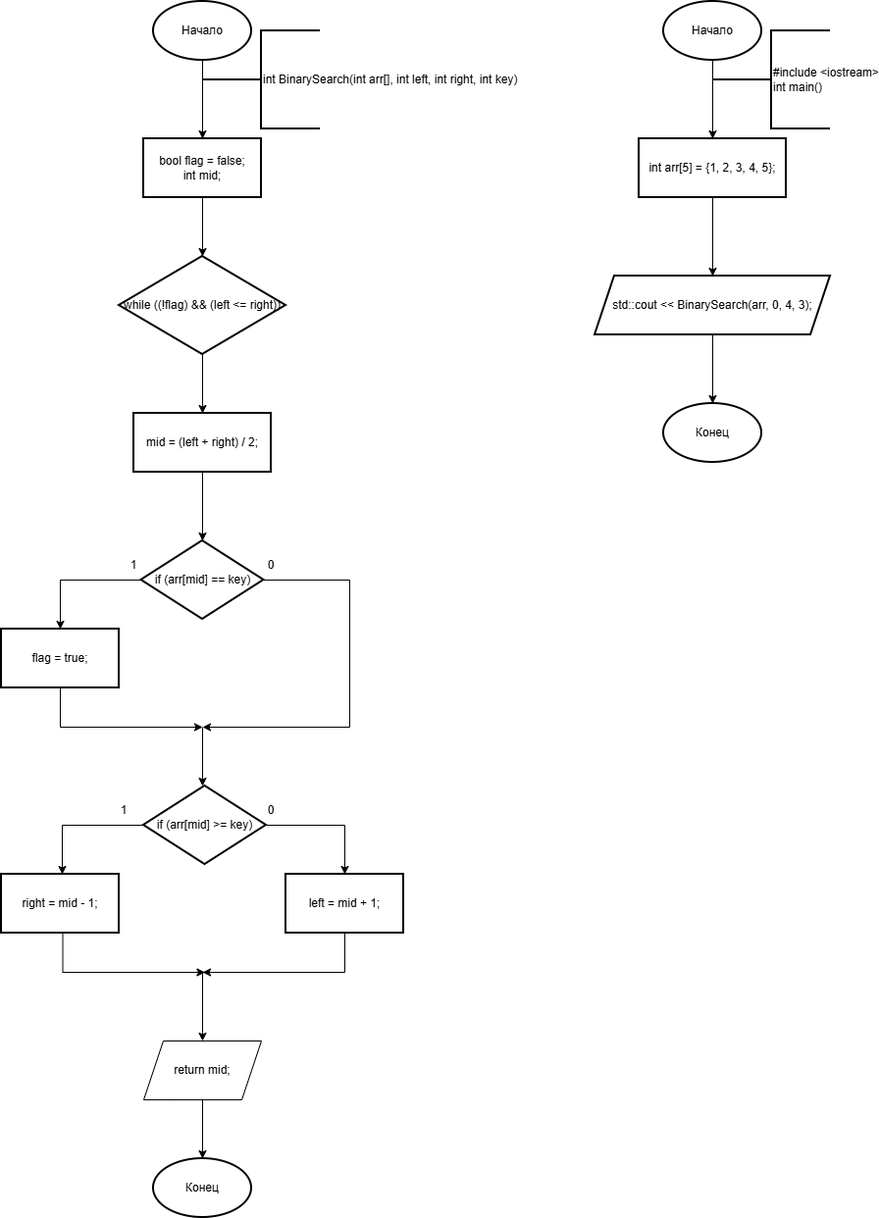
as1mm/Labs_PSTU keeps this draw.io diagram as Sem_2/search/binary_search.png. Above is the earlier version. Source tidied: cells renumbered, new cells last; positions are measured from the earlier drawing's top-left corner, leaving out a move shared by most shapes. Its diagram source:
```xml
<mxGraphModel background="#ffffff">
  <root>
    <mxCell id="0" />
    <mxCell id="1" parent="0" />
    <mxCell id="2" style="edgeStyle=orthogonalEdgeStyle;rounded=0;jettySize=auto;html=1;" parent="1" edge="1" source="3" target="5">
      <mxGeometry relative="1" as="geometry" />
    </mxCell>
    <mxCell id="3" value="Начало" style="strokeWidth=2;html=1;shape=mxgraph.flowchart.start_1;whiteSpace=wrap;" parent="1" vertex="1">
      <mxGeometry x="155" width="100" height="60" as="geometry" />
    </mxCell>
    <mxCell id="4" style="edgeStyle=orthogonalEdgeStyle;rounded=0;jettySize=auto;html=1;" parent="1" edge="1" source="5" target="7">
      <mxGeometry relative="1" as="geometry" />
    </mxCell>
    <mxCell id="5" value="&lt;div&gt;bool flag = false;&lt;/div&gt;&lt;div&gt;int mid;&lt;/div&gt;" style="whiteSpace=wrap;html=1;strokeWidth=2;" parent="1" vertex="1">
      <mxGeometry x="145" y="140" width="120" height="60" as="geometry" />
    </mxCell>
    <mxCell id="6" style="edgeStyle=orthogonalEdgeStyle;rounded=0;jettySize=auto;html=1;" parent="1" edge="1" source="7" target="9">
      <mxGeometry relative="1" as="geometry" />
    </mxCell>
    <mxCell id="7" value="while ((!flag) &amp;amp;&amp;amp; (left &amp;lt;= right))" style="rhombus;whiteSpace=wrap;html=1;strokeWidth=2;" parent="1" vertex="1">
      <mxGeometry x="120" y="260" width="170" height="100" as="geometry" />
    </mxCell>
    <mxCell id="8" style="edgeStyle=orthogonalEdgeStyle;rounded=0;jettySize=auto;html=1;" parent="1" edge="1" source="9" target="12">
      <mxGeometry relative="1" as="geometry" />
    </mxCell>
    <mxCell id="9" value="mid = (left + right) / 2;" style="whiteSpace=wrap;html=1;strokeWidth=2;" parent="1" vertex="1">
      <mxGeometry x="135" y="420" width="140" height="60" as="geometry" />
    </mxCell>
    <mxCell id="10" style="edgeStyle=orthogonalEdgeStyle;rounded=0;jettySize=auto;html=1;" parent="1" edge="1" source="12" target="14">
      <mxGeometry relative="1" as="geometry" />
    </mxCell>
    <mxCell id="11" style="edgeStyle=orthogonalEdgeStyle;rounded=0;jettySize=auto;html=1;exitX=1;exitY=0.5;exitDx=0;exitDy=0;" parent="1" edge="1" source="12">
      <mxGeometry relative="1" as="geometry">
        <mxPoint x="205" y="740" as="targetPoint" />
        <Array as="points">
          <mxPoint x="355" y="590" />
          <mxPoint x="355" y="740" />
        </Array>
      </mxGeometry>
    </mxCell>
    <mxCell id="12" value="if (arr[mid] == key)" style="rhombus;whiteSpace=wrap;html=1;strokeWidth=2;" parent="1" vertex="1">
      <mxGeometry x="142.5" y="550" width="125" height="80" as="geometry" />
    </mxCell>
    <mxCell id="13" style="edgeStyle=orthogonalEdgeStyle;rounded=0;jettySize=auto;html=1;exitX=0.5;exitY=1;exitDx=0;exitDy=0;" parent="1" edge="1" source="14">
      <mxGeometry relative="1" as="geometry">
        <mxPoint x="205" y="740" as="targetPoint" />
        <Array as="points">
          <mxPoint x="60" y="740" />
        </Array>
      </mxGeometry>
    </mxCell>
    <mxCell id="14" value="flag = true;" style="whiteSpace=wrap;html=1;strokeWidth=2;" parent="1" vertex="1">
      <mxGeometry y="640" width="120" height="60" as="geometry" />
    </mxCell>
    <mxCell id="15" value="1" style="text;html=1;whiteSpace=wrap;strokeColor=none;fillColor=none;align=center;verticalAlign=middle;rounded=0;" parent="1" vertex="1">
      <mxGeometry x="105" y="560" width="60" height="30" as="geometry" />
    </mxCell>
    <mxCell id="16" value="0" style="text;html=1;whiteSpace=wrap;strokeColor=none;fillColor=none;align=center;verticalAlign=middle;rounded=0;" parent="1" vertex="1">
      <mxGeometry x="245" y="560" width="60" height="30" as="geometry" />
    </mxCell>
    <mxCell id="17" style="endArrow=classic;html=1;rounded=0;" parent="1" edge="1">
      <mxGeometry relative="1" as="geometry">
        <mxPoint x="205" y="740" as="sourcePoint" />
        <mxPoint x="205" y="800" as="targetPoint" />
      </mxGeometry>
    </mxCell>
    <mxCell id="18" style="edgeStyle=orthogonalEdgeStyle;rounded=0;jettySize=auto;html=1;" parent="1" edge="1" source="19" target="25">
      <mxGeometry relative="1" as="geometry" />
    </mxCell>
    <mxCell id="19" value="if (arr[mid] &amp;gt;= key)" style="rhombus;whiteSpace=wrap;html=1;strokeWidth=2;" parent="1" vertex="1">
      <mxGeometry x="145" y="800" width="125" height="80" as="geometry" />
    </mxCell>
    <mxCell id="20" style="edgeStyle=orthogonalEdgeStyle;rounded=0;orthogonalLoop=1;jettySize=auto;html=1;" parent="1" edge="1">
      <mxGeometry relative="1" as="geometry">
        <mxPoint x="145" y="840" as="sourcePoint" />
        <mxPoint x="62" y="890" as="targetPoint" />
      </mxGeometry>
    </mxCell>
    <mxCell id="21" value="right = mid - 1;" style="whiteSpace=wrap;html=1;strokeWidth=2;" parent="1" vertex="1">
      <mxGeometry y="890" width="120" height="60" as="geometry" />
    </mxCell>
    <mxCell id="22" value="1" style="text;html=1;whiteSpace=wrap;strokeColor=none;fillColor=none;align=center;verticalAlign=middle;rounded=0;" parent="1" vertex="1">
      <mxGeometry x="95" y="810" width="60" height="30" as="geometry" />
    </mxCell>
    <mxCell id="23" style="edgeStyle=orthogonalEdgeStyle;rounded=0;orthogonalLoop=1;jettySize=auto;html=1;exitX=0.5;exitY=1;exitDx=0;exitDy=0;" parent="1" edge="1">
      <mxGeometry relative="1" as="geometry">
        <mxPoint x="62.5" y="950" as="sourcePoint" />
        <mxPoint x="207.5" y="990" as="targetPoint" />
        <Array as="points">
          <mxPoint x="62.5" y="990" />
        </Array>
      </mxGeometry>
    </mxCell>
    <mxCell id="24" style="edgeStyle=orthogonalEdgeStyle;rounded=0;jettySize=auto;html=1;exitX=0.5;exitY=1;exitDx=0;exitDy=0;" parent="1" edge="1" source="25">
      <mxGeometry relative="1" as="geometry">
        <mxPoint x="205" y="990" as="targetPoint" />
        <Array as="points">
          <mxPoint x="350" y="990" />
        </Array>
      </mxGeometry>
    </mxCell>
    <mxCell id="25" value="left = mid + 1;" style="whiteSpace=wrap;html=1;strokeWidth=2;" parent="1" vertex="1">
      <mxGeometry x="290" y="890" width="120" height="60" as="geometry" />
    </mxCell>
    <mxCell id="26" value="0" style="text;html=1;whiteSpace=wrap;strokeColor=none;fillColor=none;align=center;verticalAlign=middle;rounded=0;" parent="1" vertex="1">
      <mxGeometry x="245" y="810" width="60" height="30" as="geometry" />
    </mxCell>
    <mxCell id="27" style="endArrow=classic;html=1;rounded=0;" parent="1" edge="1">
      <mxGeometry relative="1" as="geometry">
        <mxPoint x="205" y="990" as="sourcePoint" />
        <mxPoint x="205" y="1060" as="targetPoint" />
      </mxGeometry>
    </mxCell>
    <mxCell id="28" value="return mid;" style="shape=parallelogram;perimeter=parallelogramPerimeter;whiteSpace=wrap;html=1;fixedSize=1;" parent="1" vertex="1">
      <mxGeometry x="145" y="1060" width="120" height="60" as="geometry" />
    </mxCell>
    <mxCell id="29" value="Конец" style="strokeWidth=2;html=1;shape=mxgraph.flowchart.start_1;whiteSpace=wrap;" parent="1" vertex="1">
      <mxGeometry x="155" y="1180" width="100" height="60" as="geometry" />
    </mxCell>
    <mxCell id="30" style="edgeStyle=orthogonalEdgeStyle;rounded=0;jettySize=auto;html=1;exitX=0.5;exitY=1;exitDx=0;exitDy=0;entryX=0.5;entryY=0;entryDx=0;entryDy=0;entryPerimeter=0;" parent="1" edge="1" source="28" target="29">
      <mxGeometry relative="1" as="geometry" />
    </mxCell>
    <mxCell id="31" value="int BinarySearch(int arr[], int left, int right, int key)" style="strokeWidth=2;html=1;shape=mxgraph.flowchart.annotation_2;align=left;labelPosition=right;spacingLeft=-60;" parent="1" vertex="1">
      <mxGeometry x="205" y="30" width="120" height="100" as="geometry" />
    </mxCell>
    <mxCell id="32" style="edgeStyle=orthogonalEdgeStyle;rounded=0;jettySize=auto;html=1;" parent="1" edge="1" source="33" target="35">
      <mxGeometry relative="1" as="geometry" />
    </mxCell>
    <mxCell id="33" value="Начало" style="strokeWidth=2;html=1;shape=mxgraph.flowchart.start_1;whiteSpace=wrap;" parent="1" vertex="1">
      <mxGeometry x="675" width="100" height="60" as="geometry" />
    </mxCell>
    <mxCell id="34" style="edgeStyle=orthogonalEdgeStyle;rounded=0;jettySize=auto;html=1;" parent="1" edge="1" source="35" target="37">
      <mxGeometry relative="1" as="geometry" />
    </mxCell>
    <mxCell id="35" value="int arr[5] = {1, 2, 3, 4, 5};" style="whiteSpace=wrap;html=1;strokeWidth=2;" parent="1" vertex="1">
      <mxGeometry x="650" y="140" width="150" height="60" as="geometry" />
    </mxCell>
    <mxCell id="36" style="edgeStyle=orthogonalEdgeStyle;rounded=0;jettySize=auto;html=1;exitX=0.5;exitY=1;exitDx=0;exitDy=0;" parent="1" edge="1" source="37" target="38">
      <mxGeometry relative="1" as="geometry" />
    </mxCell>
    <mxCell id="37" value="std::cout &lt;&lt; BinarySearch(arr, 0, 4, 3);" style="shape=parallelogram;perimeter=parallelogramPerimeter;whiteSpace=wrap;html=1;fixedSize=1;strokeWidth=2;" parent="1" vertex="1">
      <mxGeometry x="605" y="280" width="240" height="60" as="geometry" />
    </mxCell>
    <mxCell id="38" value="Конец" style="strokeWidth=2;html=1;shape=mxgraph.flowchart.start_1;whiteSpace=wrap;" parent="1" vertex="1">
      <mxGeometry x="675" y="410" width="100" height="60" as="geometry" />
    </mxCell>
    <mxCell id="39" value="#include &amp;lt;iostream&amp;gt;&lt;div&gt;int main()&lt;/div&gt;" style="strokeWidth=2;html=1;shape=mxgraph.flowchart.annotation_2;align=left;labelPosition=right;spacingLeft=-60;" parent="1" vertex="1">
      <mxGeometry x="725" y="30" width="120" height="100" as="geometry" />
    </mxCell>
  </root>
</mxGraphModel>
```
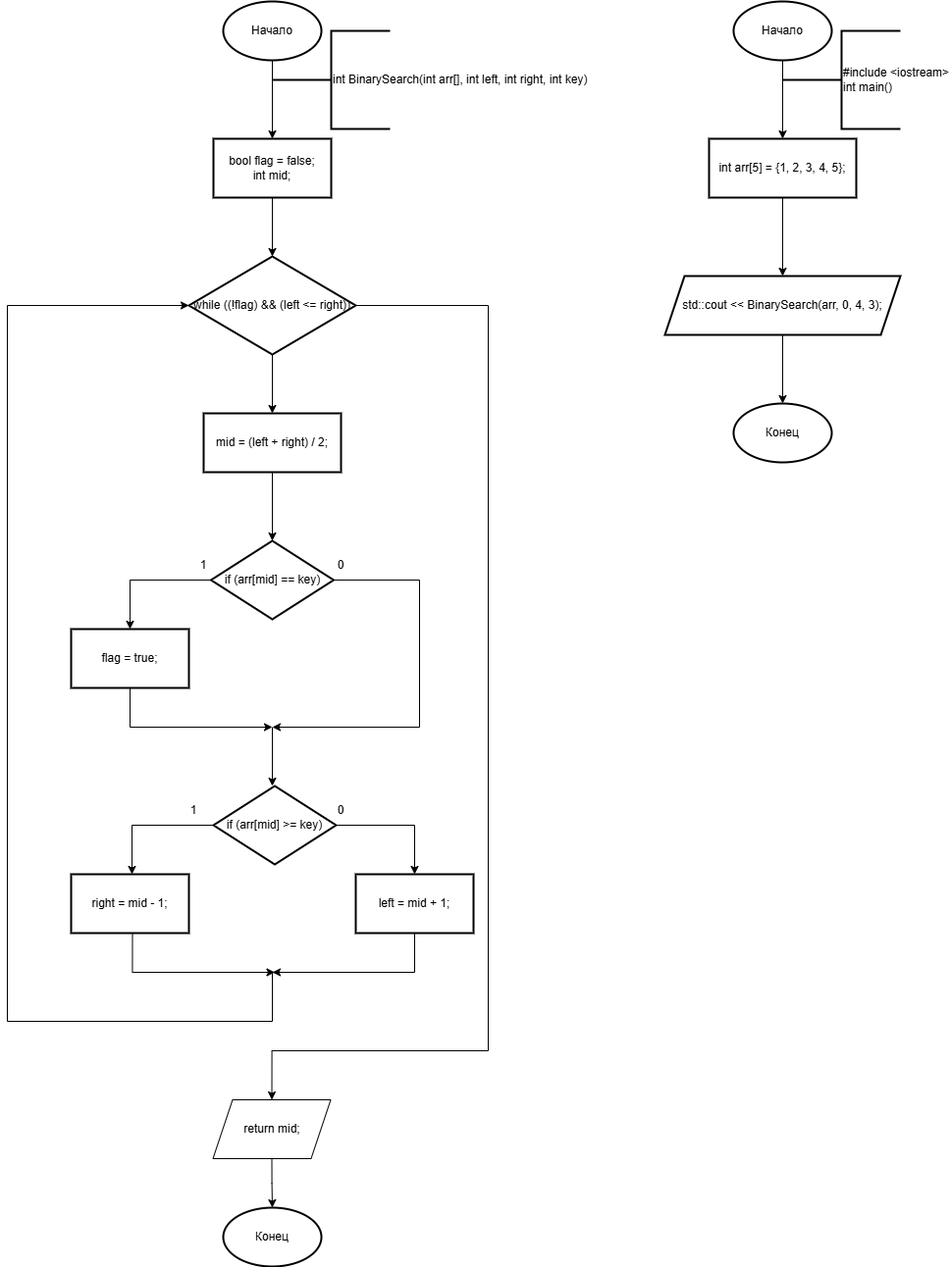
The same diagram one commit later.

The edit, as a diff of the source:
```diff
@@ -17,6 +17,15 @@
     <mxCell id="6" style="edgeStyle=orthogonalEdgeStyle;rounded=0;jettySize=auto;html=1;" parent="1" edge="1" source="7" target="9">
       <mxGeometry relative="1" as="geometry" />
     </mxCell>
+    <mxCell id="40" style="edgeStyle=orthogonalEdgeStyle;rounded=0;jettySize=auto;html=1;exitX=1;exitY=0.5;exitDx=0;exitDy=0;entryX=0.5;entryY=0;entryDx=0;entryDy=0;" parent="1" edge="1" source="7" target="28">
+      <mxGeometry relative="1" as="geometry">
+        <Array as="points">
+          <mxPoint x="425" y="310" />
+          <mxPoint x="425" y="1070" />
+          <mxPoint x="205" y="1070" />
+        </Array>
+      </mxGeometry>
+    </mxCell>
     <mxCell id="7" value="while ((!flag) &amp;amp;&amp;amp; (left &amp;lt;= right))" style="rhombus;whiteSpace=wrap;html=1;strokeWidth=2;" parent="1" vertex="1">
       <mxGeometry x="120" y="260" width="170" height="100" as="geometry" />
     </mxCell>
@@ -105,17 +114,21 @@
     <mxCell id="26" value="0" style="text;html=1;whiteSpace=wrap;strokeColor=none;fillColor=none;align=center;verticalAlign=middle;rounded=0;" parent="1" vertex="1">
       <mxGeometry x="245" y="810" width="60" height="30" as="geometry" />
     </mxCell>
-    <mxCell id="27" style="endArrow=classic;html=1;rounded=0;" parent="1" edge="1">
+    <mxCell id="27" style="endArrow=classic;html=1;rounded=0;entryX=0;entryY=0.5;entryDx=0;entryDy=0;" parent="1" edge="1" target="7">
       <mxGeometry relative="1" as="geometry">
         <mxPoint x="205" y="990" as="sourcePoint" />
-        <mxPoint x="205" y="1060" as="targetPoint" />
+        <Array as="points">
+          <mxPoint x="205" y="1040" />
+          <mxPoint x="-65" y="1040" />
+          <mxPoint x="-65" y="310" />
+        </Array>
       </mxGeometry>
     </mxCell>
     <mxCell id="28" value="return mid;" style="shape=parallelogram;perimeter=parallelogramPerimeter;whiteSpace=wrap;html=1;fixedSize=1;" parent="1" vertex="1">
-      <mxGeometry x="145" y="1060" width="120" height="60" as="geometry" />
+      <mxGeometry x="144.5" y="1120" width="120" height="60" as="geometry" />
     </mxCell>
     <mxCell id="29" value="Конец" style="strokeWidth=2;html=1;shape=mxgraph.flowchart.start_1;whiteSpace=wrap;" parent="1" vertex="1">
-      <mxGeometry x="155" y="1180" width="100" height="60" as="geometry" />
+      <mxGeometry x="155" y="1230" width="100" height="60" as="geometry" />
     </mxCell>
     <mxCell id="30" style="edgeStyle=orthogonalEdgeStyle;rounded=0;jettySize=auto;html=1;exitX=0.5;exitY=1;exitDx=0;exitDy=0;entryX=0.5;entryY=0;entryDx=0;entryDy=0;entryPerimeter=0;" parent="1" edge="1" source="28" target="29">
       <mxGeometry relative="1" as="geometry" />
```
